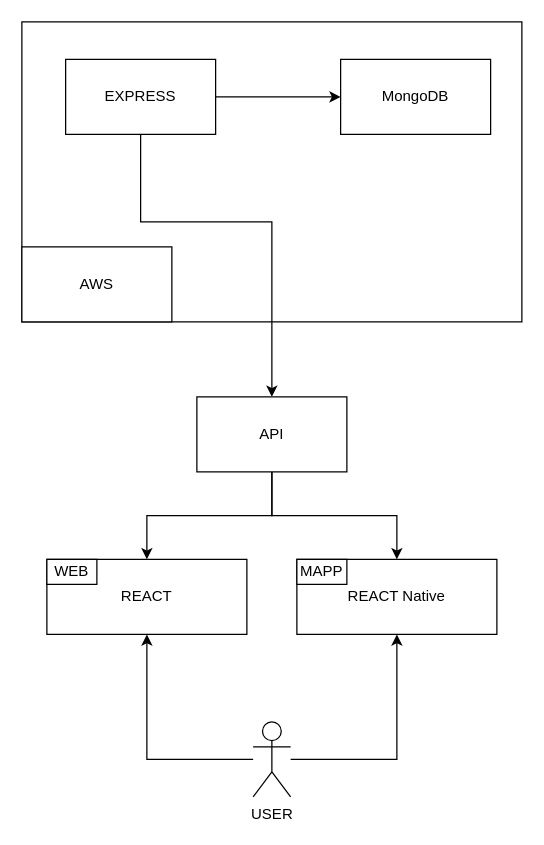
onlymachiavelli/draw.io keeps this draw.io diagram as draw.io/Untitled Diagram.drawio. Above is the earlier version. Source tidied: cells renumbered, new cells numbered last; positions are measured from the earlier drawing's top-left corner, leaving out a move shared by most shapes. Both pictures are drawn from the tidied source at 125%, with x=0, y=0 at pixel (21, 21).
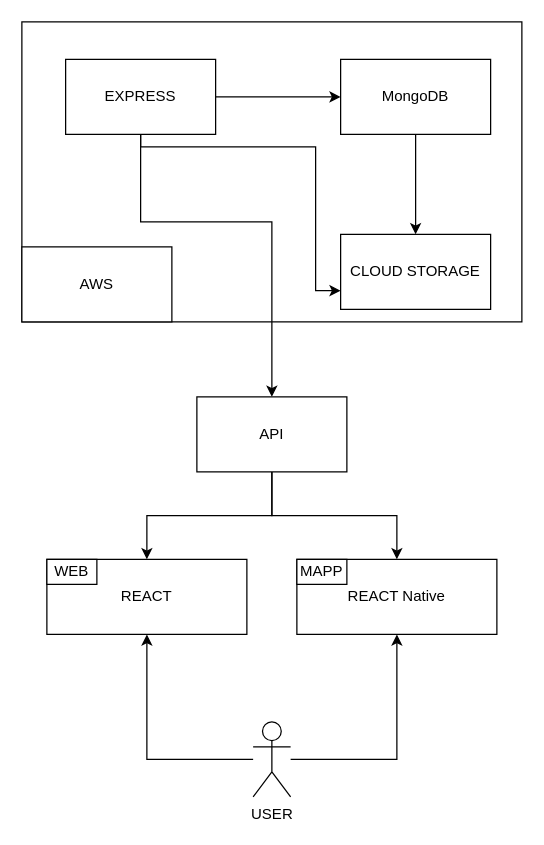
Above is the later version.

Unchanged cells that the change refers to:
```xml
<mxCell id="3" value="MongoDB" style="rounded=0;whiteSpace=wrap;html=1;" parent="1" vertex="1">
  <mxGeometry x="255" y="30" width="120" height="60" as="geometry" />
</mxCell>
<mxCell id="6" value="EXPRESS" style="rounded=0;whiteSpace=wrap;html=1;" parent="1" vertex="1">
  <mxGeometry x="35" y="30" width="120" height="60" as="geometry" />
</mxCell>
```

The edit, as a diff of the source:
```diff
@@
+    <mxCell id="18" style="edgeStyle=orthogonalEdgeStyle;rounded=0;jettySize=auto;html=1;" parent="1" edge="1" source="3" target="20">
+      <mxGeometry relative="1" as="geometry" />
+    </mxCell>
@@
+    <mxCell id="19" style="edgeStyle=orthogonalEdgeStyle;rounded=0;jettySize=auto;html=1;entryX=0;entryY=0.75;entryDx=0;entryDy=0;" parent="1" edge="1" source="6" target="20">
+      <mxGeometry relative="1" as="geometry">
+        <Array as="points">
+          <mxPoint x="95" y="100" />
+          <mxPoint x="235" y="100" />
+          <mxPoint x="235" y="215" />
+        </Array>
+      </mxGeometry>
+    </mxCell>
@@
+    <mxCell id="20" value="CLOUD STORAGE" style="rounded=0;whiteSpace=wrap;html=1;" parent="1" vertex="1">
+      <mxGeometry x="255" y="170" width="120" height="60" as="geometry" />
+    </mxCell>
```
